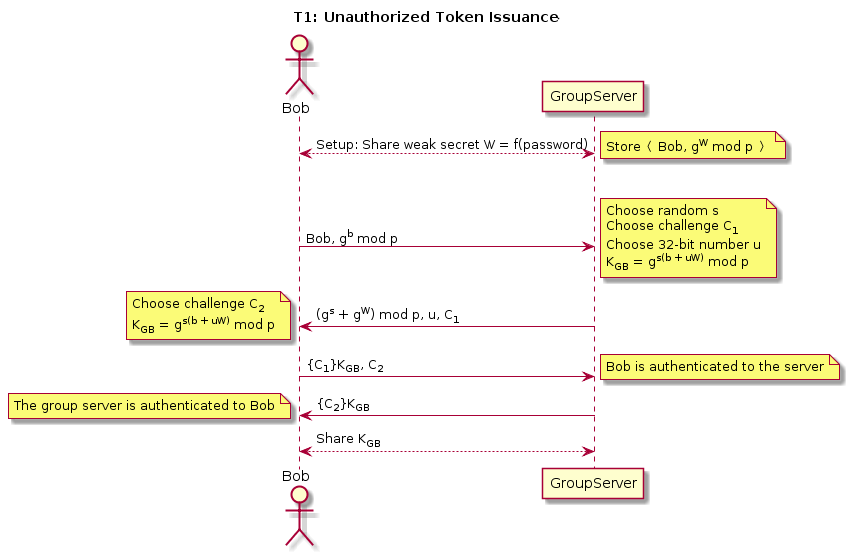
The PlantUML diagram reports/img/T1.png in jondyer/cs1653-2017fa-jbd29-mar257-zds14, before a commit. Its source is kept beside it as reports/img/T1.puml.
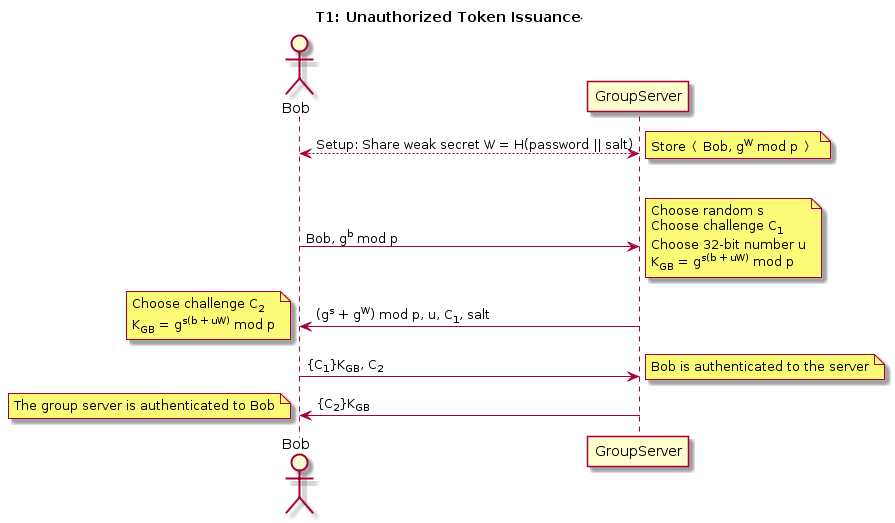
Later version of the same file.

Diff of the diagram source:
```diff
@@ -2,7 +2,7 @@
 title __T1: Unauthorized Token Issuance__
 actor Bob
 
-Bob <--> GroupServer: Setup: Share weak secret W = f(password)
+Bob <--> GroupServer: Setup: Share weak secret W = H(password || salt)
 note right: Store〈 Bob, g<sup>W</sup> mod p 〉
 |||
 Bob -> GroupServer: Bob, g<sup>b</sup> mod p
@@ -14,7 +14,7 @@
 	K<sub>GB</sub> = g<sup>s(b + uW)</sup> mod p
 end note
 
-GroupServer -> Bob: (g<sup>s</sup> + g<sup>W</sup>) mod p, u, C<sub>1</sub>
+GroupServer -> Bob: (g<sup>s</sup> + g<sup>W</sup>) mod p, u, C<sub>1</sub>, salt
 note left
 	Choose challenge C<sub>2</sub>
 	K<sub>GB</sub> = g<sup>s(b + uW)</sup> mod p
@@ -23,5 +23,4 @@
 note right: Bob is authenticated to the server
 GroupServer -> Bob: {C<sub>2</sub>}K<sub>GB</sub>
 note left: The group server is authenticated to Bob
-Bob <--> GroupServer: Share K<sub>GB</sub>
 @enduml
```
